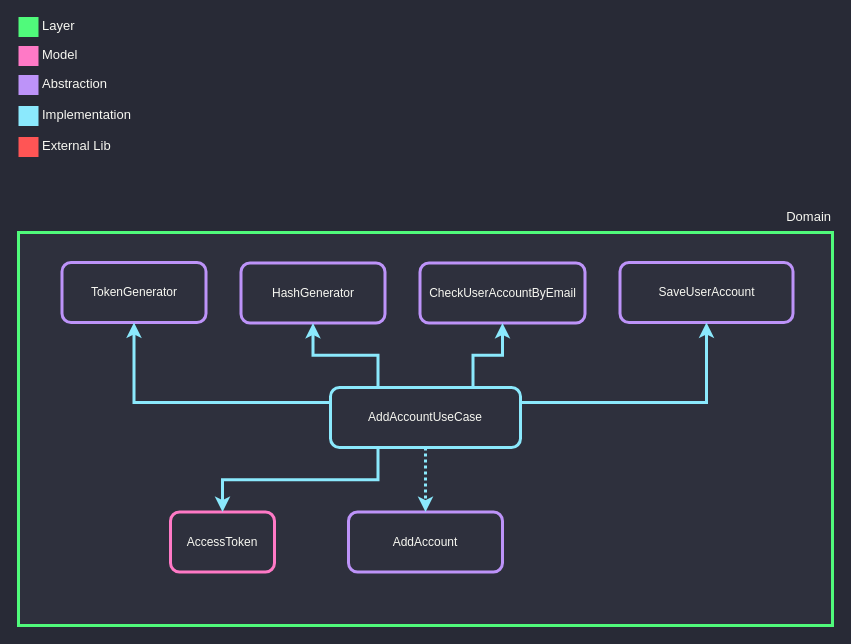
Above: documentation/signup/dependencies.drawio in alexandrevoliveira/engemanapi (draw.io), before the change. Source tidied: cells renumbered, new cells numbered last; positions are measured from the earlier drawing's top-left corner, leaving out a move shared by most shapes. Both pictures are drawn from the tidied source at 100%, with x=0, y=0 at pixel (18, 16).
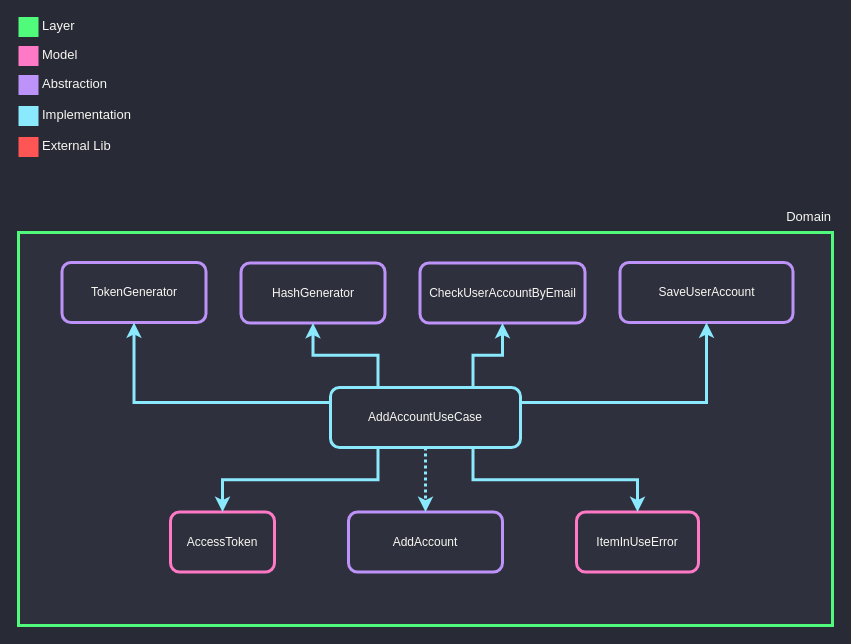
The same page after the edit.

Commit message:
docs: update AddAccount dependency diagrams

The change refers to these unchanged cells:
```xml
<mxCell id="3" value="AddAccountUseCase" style="rounded=1;whiteSpace=wrap;html=1;strokeColor=#8BE9FD;fillColor=#2E303D;strokeWidth=3;fontColor=#F8F8F2;" parent="1" vertex="1">
  <mxGeometry x="312" y="371" width="190" height="60" as="geometry" />
</mxCell>
```

Change to the diagram source:
```diff
@@
+    <mxCell id="27" value="ItemInUseError" style="rounded=1;whiteSpace=wrap;html=1;strokeColor=#FF79C6;fillColor=#2E303D;strokeWidth=3;fontColor=#F8F8F2;" parent="1" vertex="1">
+      <mxGeometry x="558" y="495.5" width="122" height="60" as="geometry" />
+    </mxCell>
+    <mxCell id="28" style="edgeStyle=orthogonalEdgeStyle;rounded=0;jettySize=auto;html=1;exitX=0.75;exitY=1;exitDx=0;exitDy=0;strokeColor=#8BE9FD;strokeWidth=3;entryX=0.5;entryY=0;entryDx=0;entryDy=0;" parent="1" edge="1" source="3" target="27">
+      <mxGeometry relative="1" as="geometry" />
+    </mxCell>
```
